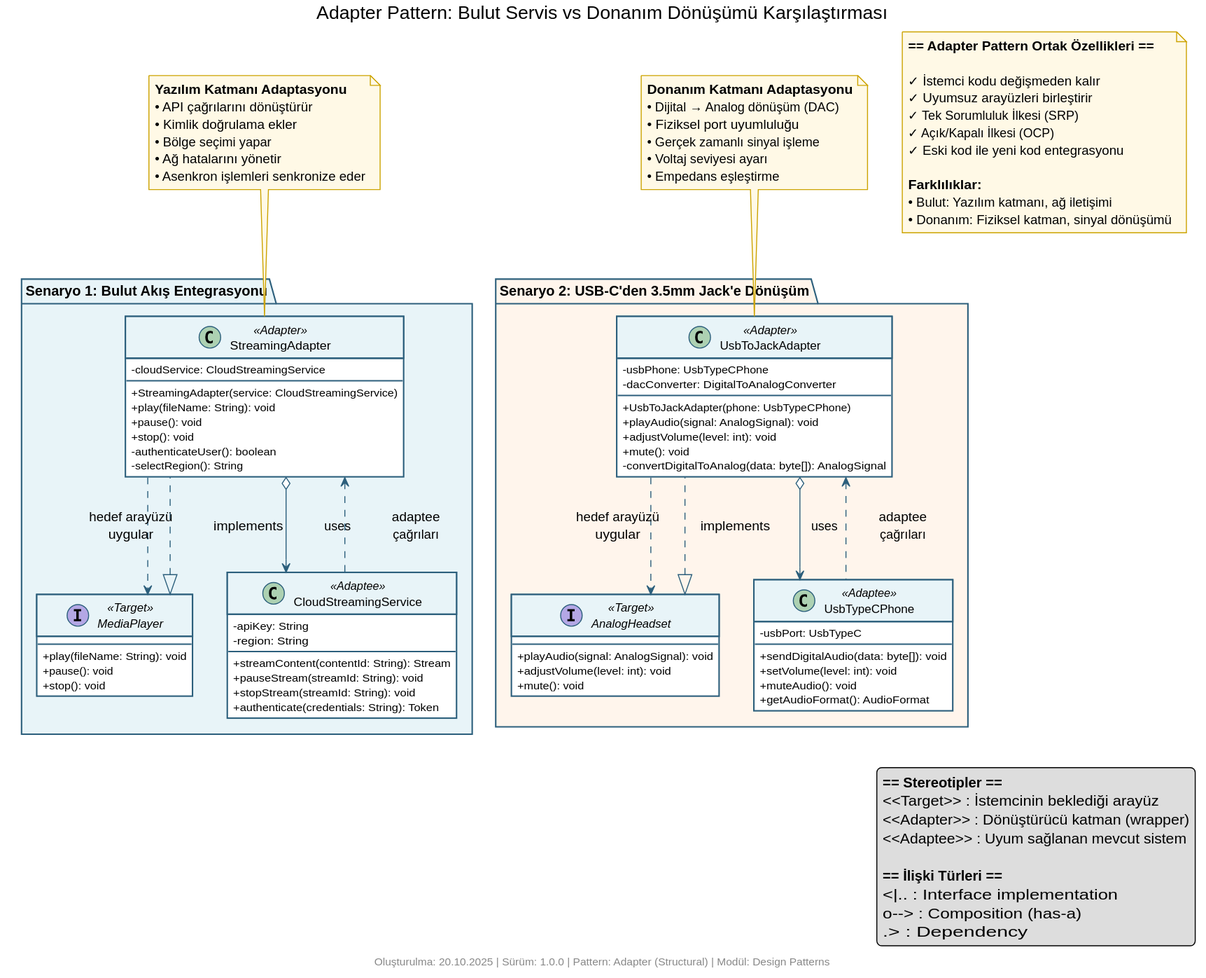
This is structural/adapter/cloud_legacy_diff/diagram.svg from kaayra2000/tasarim_kaliplari, a PlantUML export, as it was before one commit.
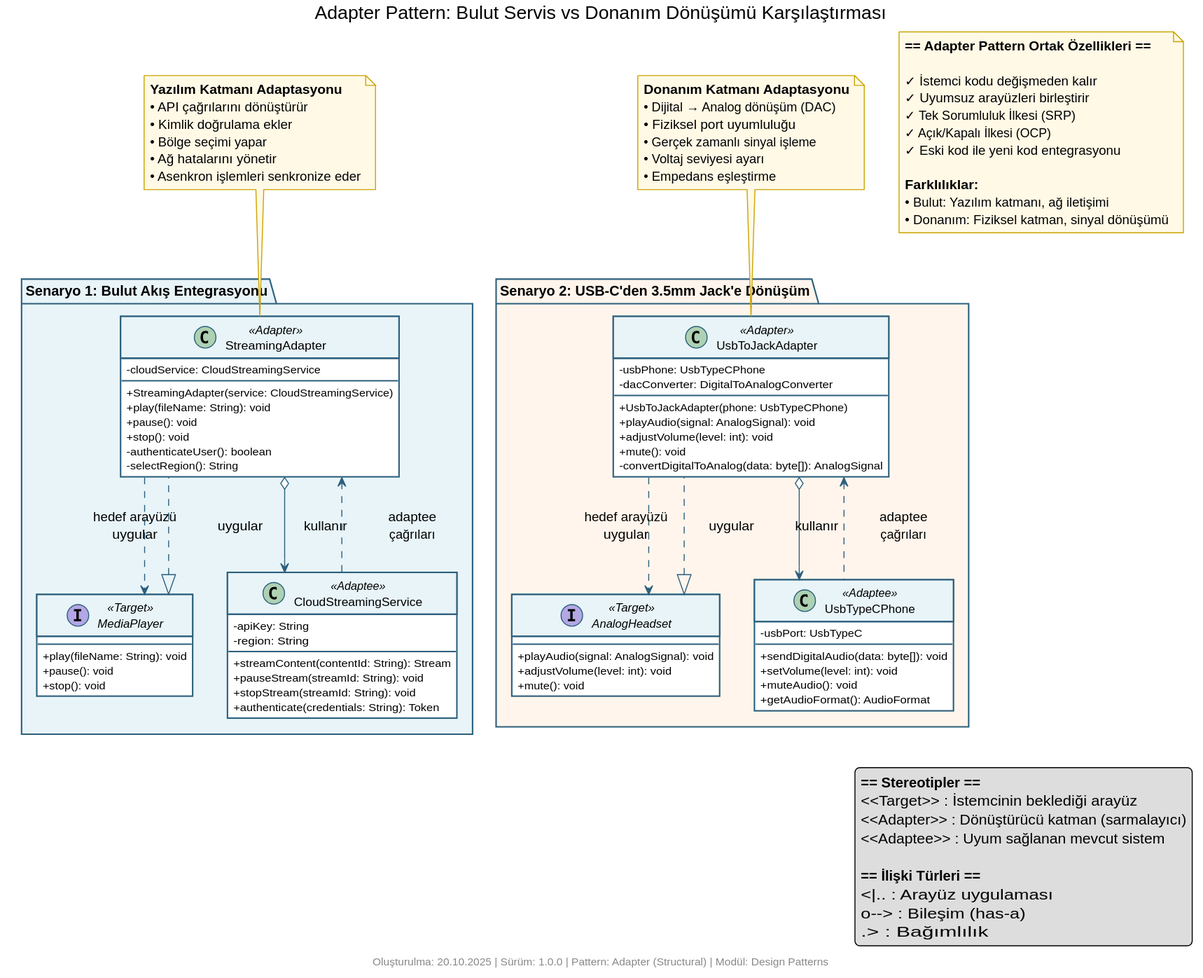
After the commit.

Change to the diagram source:
```diff
@@ -61,8 +61,8 @@
         +authenticate(credentials: String): Token
     }
 
-    MediaPlayer <|.. StreamingAdapter : implements
-    StreamingAdapter o--> CloudStreamingService : uses
+    MediaPlayer <|.. StreamingAdapter : uygular
+    StreamingAdapter o--> CloudStreamingService : kullanır
 }
 
 package "Senaryo 2: USB-C'den 3.5mm Jack'e Dönüşüm" #FFF5EC {
@@ -93,8 +93,8 @@
         +getAudioFormat(): AudioFormat
     }
 
-    AnalogHeadset <|.. UsbToJackAdapter : implements
-    UsbToJackAdapter o--> UsbTypeCPhone : uses
+    AnalogHeadset <|.. UsbToJackAdapter : uygular
+    UsbToJackAdapter o--> UsbTypeCPhone : kullanır
 }
 
 note top of StreamingAdapter
@@ -136,15 +136,15 @@
 UsbTypeCPhone .up.> UsbToJackAdapter : "adaptee\nçağrıları"
 
 legend right
-  <b>== Stereotipler ==</b>
-  <<Target>>   : İstemcinin beklediği arayüz
-  <<Adapter>>  : Dönüştürücü katman (wrapper)
-  <<Adaptee>>  : Uyum sağlanan mevcut sistem
+    <b>== Stereotipler ==</b>
+    <<Target>>   : İstemcinin beklediği arayüz
+    <<Adapter>>  : Dönüştürücü katman (sarmalayıcı)
+    <<Adaptee>>  : Uyum sağlanan mevcut sistem
 
-  <b>== İlişki Türleri ==</b>
-  <|..         : Interface implementation
-  o-->         : Composition (has-a)
-  .>           : Dependency
+    <b>== İlişki Türleri ==</b>
+    <|..         : Arayüz uygulaması
+    o-->         : Bileşim (has-a)
+    .>           : Bağımlılık
 end legend
 
 footer Oluşturulma: 20.10.2025 | Sürüm: 1.0.0 | Pattern: Adapter (Structural) | Modül: Design Patterns
```
